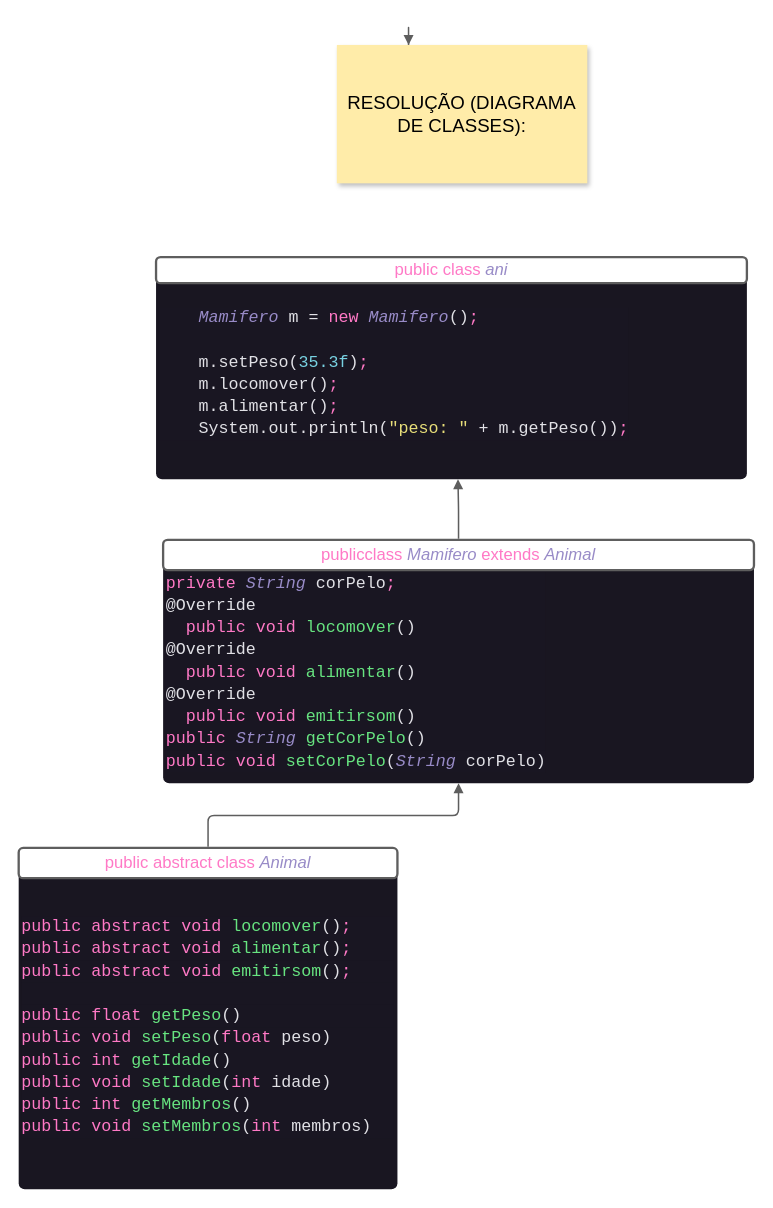
Earlier version of the draw.io diagram ati2/animal/animal.drawio (ARRETdaniel/Pratica-Prova-Java). Source tidied: cells renumbered, new cells numbered last; positions are measured from the earlier drawing's top-left corner, leaving out a move shared by most shapes. Both pictures are drawn from the tidied source at 101%, with x=0, y=0 at pixel (18, 24).
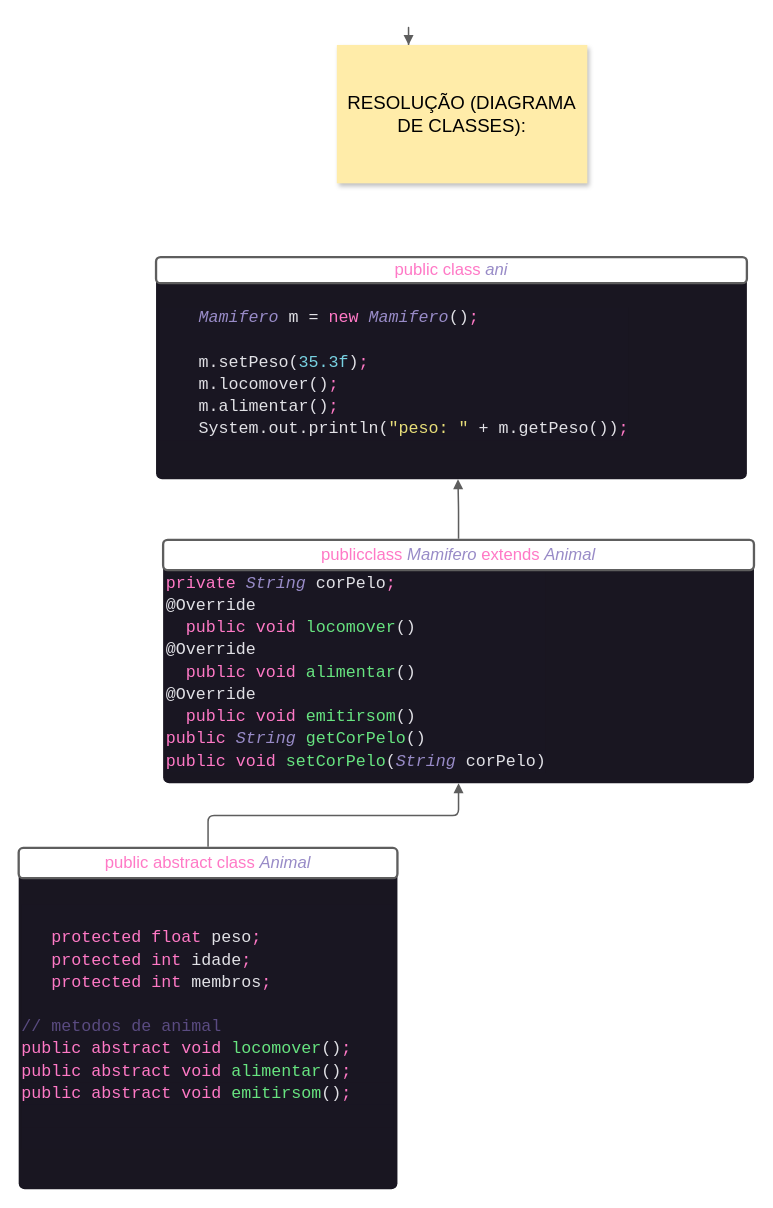
The same diagram, later.

Change to the diagram source:
```diff
@@
 <mxGraphModel>
   <root>
     <mxCell id="0" />
     <mxCell id="1" parent="0" />
     <mxCell id="2" style="html=1;jettySize=18;whiteSpace=wrap;overflow=block;blockSpacing=1;fontSize=13;strokeColor=#5E5E5E;strokeWidth=1.5;rounded=1;arcSize=12;edgeStyle=orthogonalEdgeStyle;startArrow=none;endArrow=block;endFill=1;exitY=0;exitPerimeter=0;entryY=0;entryPerimeter=0;" parent="1" edge="1" source="14" target="14">
       <mxGeometry relative="1" as="geometry">
         <Array as="points">
           <mxPoint x="386" />
           <mxPoint x="386" />
         </Array>
       </mxGeometry>
     </mxCell>
     <mxCell id="3" style="group;" parent="1" vertex="1">
       <mxGeometry x="143" y="510" width="585" height="241" as="geometry" />
     </mxCell>
     <mxCell id="4" value="&lt;div style=&quot;display: flex ; justify-content: flex-start ; align-items: baseline ; font-size: 0px ; line-height: 1.25 ; margin-top: -2px&quot;&gt;&lt;span&gt;&lt;div style=&quot;color: rgb(225 , 225 , 230) ; background-color: rgb(25 , 22 , 34) ; font-family: &amp;#34;cascadia mono&amp;#34; , &amp;#34;consolas&amp;#34; , &amp;#34;courier new&amp;#34; , monospace ; font-size: 16.5px ; line-height: 22px&quot;&gt;&lt;div style=&quot;font-family: &amp;#34;cascadia mono&amp;#34; , &amp;#34;consolas&amp;#34; , &amp;#34;courier new&amp;#34; , monospace ; line-height: 22px&quot;&gt;&lt;div style=&quot;line-height: 22px&quot;&gt;&lt;div&gt;&lt;div style=&quot;line-height: 22px&quot;&gt;&lt;div&gt;&lt;div style=&quot;line-height: 22px&quot;&gt;&lt;div&gt;&lt;div style=&quot;line-height: 22px&quot;&gt;&lt;span style=&quot;color: #ff79c6&quot;&gt;private&lt;/span&gt; &lt;span style=&quot;color: #988bc7 ; font-style: italic&quot;&gt;String&lt;/span&gt; corPelo&lt;span style=&quot;color: #ff79c6&quot;&gt;;&lt;/span&gt;&lt;/div&gt;&lt;/div&gt;&lt;div&gt;@Override&lt;/div&gt;&lt;div&gt;&amp;nbsp; &lt;span style=&quot;color: #ff79c6&quot;&gt;public&lt;/span&gt; &lt;span style=&quot;color: #ff79c6&quot;&gt;void&lt;/span&gt; &lt;span style=&quot;color: #67e480&quot;&gt;locomover&lt;/span&gt;()&lt;/div&gt;&lt;/div&gt;&lt;/div&gt;&lt;div&gt;@Override&lt;/div&gt;&lt;div&gt;&amp;nbsp; &lt;span style=&quot;color: #ff79c6&quot;&gt;public&lt;/span&gt; &lt;span style=&quot;color: #ff79c6&quot;&gt;void&lt;/span&gt; &lt;span style=&quot;color: #67e480&quot;&gt;alimentar&lt;/span&gt;()&lt;/div&gt;&lt;/div&gt;&lt;/div&gt;&lt;div&gt;@Override&lt;/div&gt;&lt;div&gt;&amp;nbsp; &lt;span style=&quot;color: #ff79c6&quot;&gt;public&lt;/span&gt; &lt;span style=&quot;color: #ff79c6&quot;&gt;void&lt;/span&gt; &lt;span style=&quot;color: #67e480&quot;&gt;emitirsom&lt;/span&gt;()&lt;/div&gt;&lt;/div&gt;&lt;/div&gt;&lt;div style=&quot;font-family: &amp;#34;cascadia mono&amp;#34; , &amp;#34;consolas&amp;#34; , &amp;#34;courier new&amp;#34; , monospace ; line-height: 22px&quot;&gt;&lt;span style=&quot;color: #ff79c6&quot;&gt;public&lt;/span&gt; &lt;span style=&quot;color: #988bc7 ; font-style: italic&quot;&gt;String&lt;/span&gt; &lt;span style=&quot;color: #67e480&quot;&gt;getCorPelo&lt;/span&gt;()&lt;/div&gt;&lt;/div&gt;&lt;div style=&quot;color: rgb(225 , 225 , 230) ; background-color: rgb(25 , 22 , 34) ; font-family: &amp;#34;cascadia mono&amp;#34; , &amp;#34;consolas&amp;#34; , &amp;#34;courier new&amp;#34; , monospace ; font-size: 16.5px ; line-height: 22px&quot;&gt;&lt;span style=&quot;color: #ff79c6&quot;&gt;public&lt;/span&gt; &lt;span style=&quot;color: #ff79c6&quot;&gt;void&lt;/span&gt; &lt;span style=&quot;color: #67e480&quot;&gt;setCorPelo&lt;/span&gt;(&lt;span style=&quot;color: #988bc7 ; font-style: italic&quot;&gt;String&lt;/span&gt; corPelo)&lt;/div&gt;&lt;/span&gt;&lt;/div&gt;" style="html=1;overflow=block;blockSpacing=1;whiteSpace=wrap;whiteSpace=wrap;fontSize=13;fontFamily=Helvetica;spacing=3.8;verticalAlign=middle;strokeOpacity=0;fillOpacity=100;rounded=1;absoluteArcSize=1;arcSize=12;fillColor=#191621;strokeWidth=1.5;align=left;" parent="3" vertex="1">
       <mxGeometry y="22" width="585" height="219" as="geometry" />
     </mxCell>
     <mxCell id="5" value="&lt;div style=&quot;display: flex ; justify-content: center ; text-align: center ; align-items: baseline ; line-height: 1.25 ; margin-top: -2px&quot;&gt;&lt;span style=&quot;font-size: 16.5px ; color: rgb(255 , 121 , 198)&quot;&gt;public&lt;/span&gt;&lt;span style=&quot;font-size: 16.5px ; color: rgb(225 , 225 , 230)&quot;&gt; &lt;/span&gt;&lt;span style=&quot;font-size: 16.5px ; color: rgb(255 , 121 , 198)&quot;&gt;class&lt;/span&gt;&lt;span style=&quot;font-size: 16.5px ; color: rgb(225 , 225 , 230)&quot;&gt;&amp;nbsp;&lt;/span&gt;&lt;span&gt;&lt;span style=&quot;font-size: 16.5px&quot;&gt;&lt;i style=&quot;color: rgb(152 , 139 , 199)&quot;&gt;Mamifero &lt;/i&gt;&lt;font color=&quot;#ff79c6&quot;&gt;extends&amp;nbsp;&lt;/font&gt;&lt;/span&gt;&lt;i style=&quot;font-size: 16.5px ; color: rgb(152 , 139 , 199)&quot;&gt;Animal&lt;/i&gt;&lt;/span&gt;&lt;/div&gt;" style="html=1;overflow=block;blockSpacing=1;whiteSpace=wrap;whiteSpace=wrap;fontSize=13;spacing=3.8;strokeColor=#5e5e5e;strokeOpacity=100;rounded=1;absoluteArcSize=1;arcSize=9;strokeWidth=2.3;" parent="3" vertex="1">
       <mxGeometry width="585" height="30" as="geometry" />
     </mxCell>
     <mxCell id="6" style="group;" parent="1" vertex="1">
       <mxGeometry x="136" y="230" width="585" height="220" as="geometry" />
     </mxCell>
     <mxCell id="7" value="&lt;div style=&quot;display: flex ; justify-content: flex-start ; align-items: baseline ; font-size: 0px ; line-height: 1.25 ; margin-top: -2px&quot;&gt;&lt;span&gt;&lt;div style=&quot;color: rgb(225 , 225 , 230) ; background-color: rgb(25 , 22 , 34) ; font-family: &amp;#34;cascadia mono&amp;#34; , &amp;#34;consolas&amp;#34; , &amp;#34;courier new&amp;#34; , monospace ; font-size: 16.5px ; line-height: 22px&quot;&gt;&lt;div&gt;&amp;nbsp; &amp;nbsp; &lt;span style=&quot;color: #988bc7 ; font-style: italic&quot;&gt;Mamifero&lt;/span&gt; m = &lt;span style=&quot;color: #ff79c6&quot;&gt;new&lt;/span&gt; &lt;span style=&quot;color: #988bc7 ; font-style: italic&quot;&gt;Mamifero&lt;/span&gt;()&lt;span style=&quot;color: #ff79c6&quot;&gt;;&lt;/span&gt;&lt;/div&gt;&lt;br&gt;&lt;div&gt;&amp;nbsp; &amp;nbsp; m.setPeso(&lt;span style=&quot;color: #78d1e1&quot;&gt;35.3f&lt;/span&gt;)&lt;span style=&quot;color: #ff79c6&quot;&gt;;&lt;/span&gt;&lt;/div&gt;&lt;div&gt;&amp;nbsp; &amp;nbsp; m.locomover()&lt;span style=&quot;color: #ff79c6&quot;&gt;;&lt;/span&gt;&lt;/div&gt;&lt;div&gt;&amp;nbsp; &amp;nbsp; m.alimentar()&lt;span style=&quot;color: #ff79c6&quot;&gt;;&lt;/span&gt;&lt;/div&gt;&lt;div&gt;&amp;nbsp; &amp;nbsp; System.out.println(&lt;span style=&quot;color: #e7de79&quot;&gt;&quot;peso: &quot;&lt;/span&gt; + m.getPeso())&lt;span style=&quot;color: #ff79c6&quot;&gt;;&lt;/span&gt;&lt;/div&gt;&lt;/div&gt;&lt;/span&gt;&lt;/div&gt;" style="html=1;overflow=block;blockSpacing=1;whiteSpace=wrap;whiteSpace=wrap;fontSize=13;fontFamily=Helvetica;spacing=3.8;verticalAlign=middle;strokeOpacity=0;fillOpacity=100;rounded=1;absoluteArcSize=1;arcSize=12;fillColor=#191621;strokeWidth=1.5;align=left;" parent="6" vertex="1">
       <mxGeometry y="12.9" width="585" height="207.1" as="geometry" />
     </mxCell>
     <mxCell id="8" value="&lt;div style=&quot;display: flex ; justify-content: center ; text-align: center ; align-items: baseline ; font-size: 0 ; line-height: 1.25 ; margin-top: -2px&quot;&gt;&lt;span&gt;&lt;span style=&quot;font-size: 16.5px ; color: #ff79c6&quot;&gt;public&lt;/span&gt;&lt;span style=&quot;font-size: 16.5px ; color: #e1e1e6&quot;&gt; &lt;/span&gt;&lt;span style=&quot;font-size: 16.5px ; color: #ff79c6&quot;&gt;class&lt;/span&gt;&lt;span style=&quot;font-size: 16.5px ; color: #e1e1e6&quot;&gt;&amp;nbsp;&lt;/span&gt;&lt;span style=&quot;font-size: 16.5px&quot;&gt;&lt;font color=&quot;#988bc7&quot;&gt;&lt;i&gt;ani&lt;/i&gt;&lt;/font&gt;&lt;/span&gt;&lt;/span&gt;&lt;/div&gt;" style="html=1;overflow=block;blockSpacing=1;whiteSpace=wrap;whiteSpace=wrap;fontSize=13;spacing=3.8;strokeColor=#5e5e5e;strokeOpacity=100;rounded=1;absoluteArcSize=1;arcSize=9;strokeWidth=2.3;" parent="6" vertex="1">
       <mxGeometry width="585" height="25.9" as="geometry" />
     </mxCell>
     <mxCell id="9" style="group;" parent="1" vertex="1">
       <mxGeometry y="815" width="375" height="338" as="geometry" />
     </mxCell>
-    <mxCell id="10" value="&lt;div style=&quot;color: rgb(225 , 225 , 230) ; background-color: rgb(25 , 22 , 34) ; font-family: &amp;#34;cascadia mono&amp;#34; , &amp;#34;consolas&amp;#34; , &amp;#34;courier new&amp;#34; , monospace ; font-size: 16.5px ; line-height: 22px&quot;&gt;&lt;div style=&quot;line-height: 22px&quot;&gt;&lt;div style=&quot;line-height: 22px&quot;&gt;&lt;span style=&quot;color: #ff79c6&quot;&gt;public&lt;/span&gt; &lt;span style=&quot;color: #ff79c6&quot;&gt;abstract&lt;/span&gt; &lt;span style=&quot;color: #ff79c6&quot;&gt;void&lt;/span&gt; &lt;span style=&quot;color: #67e480&quot;&gt;locomover&lt;/span&gt;()&lt;span style=&quot;color: #ff79c6&quot;&gt;;&lt;/span&gt;&lt;/div&gt;&lt;/div&gt;&lt;div style=&quot;line-height: 22px&quot;&gt;&lt;span style=&quot;color: #ff79c6&quot;&gt;public&lt;/span&gt; &lt;span style=&quot;color: #ff79c6&quot;&gt;abstract&lt;/span&gt; &lt;span style=&quot;color: #ff79c6&quot;&gt;void&lt;/span&gt; &lt;span style=&quot;color: #67e480&quot;&gt;alimentar&lt;/span&gt;()&lt;span style=&quot;color: #ff79c6&quot;&gt;;&lt;/span&gt;&lt;/div&gt;&lt;/div&gt;&lt;div style=&quot;color: rgb(225 , 225 , 230) ; background-color: rgb(25 , 22 , 34) ; font-family: &amp;#34;cascadia mono&amp;#34; , &amp;#34;consolas&amp;#34; , &amp;#34;courier new&amp;#34; , monospace ; font-size: 16.5px ; line-height: 22px&quot;&gt;&lt;span style=&quot;color: #ff79c6&quot;&gt;public&lt;/span&gt; &lt;span style=&quot;color: #ff79c6&quot;&gt;abstract&lt;/span&gt; &lt;span style=&quot;color: #ff79c6&quot;&gt;void&lt;/span&gt; &lt;span style=&quot;color: #67e480&quot;&gt;emitirsom&lt;/span&gt;()&lt;span style=&quot;color: #ff79c6&quot;&gt;;&lt;/span&gt;&lt;/div&gt;&lt;div style=&quot;color: rgb(225 , 225 , 230) ; background-color: rgb(25 , 22 , 34) ; font-family: &amp;#34;cascadia mono&amp;#34; , &amp;#34;consolas&amp;#34; , &amp;#34;courier new&amp;#34; , monospace ; font-size: 16.5px ; line-height: 22px&quot;&gt;&lt;span style=&quot;color: rgb(255 , 121 , 198)&quot;&gt;&lt;br&gt;&lt;/span&gt;&lt;/div&gt;&lt;div style=&quot;color: rgb(225 , 225 , 230) ; background-color: rgb(25 , 22 , 34) ; font-family: &amp;#34;cascadia mono&amp;#34; , &amp;#34;consolas&amp;#34; , &amp;#34;courier new&amp;#34; , monospace ; font-size: 16.5px ; line-height: 22px&quot;&gt;&lt;span style=&quot;color: rgb(255 , 121 , 198)&quot;&gt;public&lt;/span&gt; &lt;span style=&quot;color: rgb(255 , 121 , 198)&quot;&gt;float&lt;/span&gt; &lt;span style=&quot;color: rgb(103 , 228 , 128)&quot;&gt;getPeso&lt;/span&gt;()&lt;br&gt;&lt;/div&gt;&lt;div style=&quot;color: rgb(225 , 225 , 230) ; background-color: rgb(25 , 22 , 34) ; font-family: &amp;#34;cascadia mono&amp;#34; , &amp;#34;consolas&amp;#34; , &amp;#34;courier new&amp;#34; , monospace ; font-size: 16.5px ; line-height: 22px&quot;&gt;&lt;div style=&quot;line-height: 22px&quot;&gt;&lt;div style=&quot;line-height: 22px&quot;&gt;&lt;span style=&quot;color: #ff79c6&quot;&gt;public&lt;/span&gt; &lt;span style=&quot;color: #ff79c6&quot;&gt;void&lt;/span&gt; &lt;span style=&quot;color: #67e480&quot;&gt;setPeso&lt;/span&gt;(&lt;span style=&quot;color: #ff79c6&quot;&gt;float&lt;/span&gt; peso)&lt;/div&gt;&lt;div style=&quot;line-height: 22px&quot;&gt;&lt;div style=&quot;line-height: 22px&quot;&gt;&lt;span style=&quot;color: #ff79c6&quot;&gt;public&lt;/span&gt; &lt;span style=&quot;color: #ff79c6&quot;&gt;int&lt;/span&gt; &lt;span style=&quot;color: #67e480&quot;&gt;getIdade&lt;/span&gt;()&lt;/div&gt;&lt;div style=&quot;line-height: 22px&quot;&gt;&lt;div style=&quot;font-family: &amp;#34;cascadia mono&amp;#34; , &amp;#34;consolas&amp;#34; , &amp;#34;courier new&amp;#34; , monospace ; line-height: 22px&quot;&gt;&lt;span style=&quot;color: #ff79c6&quot;&gt;public&lt;/span&gt; &lt;span style=&quot;color: #ff79c6&quot;&gt;void&lt;/span&gt; &lt;span style=&quot;color: #67e480&quot;&gt;setIdade&lt;/span&gt;(&lt;span style=&quot;color: #ff79c6&quot;&gt;int&lt;/span&gt; idade)&lt;/div&gt;&lt;div style=&quot;font-family: &amp;#34;cascadia mono&amp;#34; , &amp;#34;consolas&amp;#34; , &amp;#34;courier new&amp;#34; , monospace ; line-height: 22px&quot;&gt;&lt;div style=&quot;line-height: 22px&quot;&gt;&lt;span style=&quot;color: #ff79c6&quot;&gt;public&lt;/span&gt; &lt;span style=&quot;color: #ff79c6&quot;&gt;int&lt;/span&gt; &lt;span style=&quot;color: #67e480&quot;&gt;getMembros&lt;/span&gt;()&lt;/div&gt;&lt;div style=&quot;line-height: 22px&quot;&gt;&lt;div style=&quot;line-height: 22px&quot;&gt;&lt;span style=&quot;color: #ff79c6&quot;&gt;public&lt;/span&gt; &lt;span style=&quot;color: #ff79c6&quot;&gt;void&lt;/span&gt; &lt;span style=&quot;color: #67e480&quot;&gt;setMembros&lt;/span&gt;(&lt;span style=&quot;color: #ff79c6&quot;&gt;int&lt;/span&gt; membros)&lt;/div&gt;&lt;/div&gt;&lt;/div&gt;&lt;/div&gt;&lt;/div&gt;&lt;/div&gt;&lt;/div&gt;" style="html=1;overflow=block;blockSpacing=1;whiteSpace=wrap;whiteSpace=wrap;fontSize=13;fontFamily=Helvetica;spacing=3.8;verticalAlign=middle;strokeOpacity=0;fillOpacity=100;rounded=1;absoluteArcSize=1;arcSize=12;fillColor=#191621;strokeWidth=1.5;align=left;" parent="9" vertex="1">
+    <mxCell id="10" value="&lt;div style=&quot;color: rgb(225 , 225 , 230) ; background-color: rgb(25 , 22 , 34) ; font-family: &amp;#34;cascadia mono&amp;#34; , &amp;#34;consolas&amp;#34; , &amp;#34;courier new&amp;#34; , monospace ; font-size: 16.5px ; line-height: 22px&quot;&gt;&lt;div style=&quot;line-height: 22px&quot;&gt;&lt;div style=&quot;line-height: 22px&quot;&gt;&lt;span style=&quot;color: #ff79c6&quot;&gt;&lt;span&gt; &lt;/span&gt;&lt;br&gt;&lt;/span&gt;&lt;/div&gt;&lt;div style=&quot;font-family: &amp;#34;cascadia mono&amp;#34; , &amp;#34;consolas&amp;#34; , &amp;#34;courier new&amp;#34; , monospace ; line-height: 22px&quot;&gt;&lt;div&gt;&amp;nbsp; &amp;nbsp;&lt;span style=&quot;color: #ff79c6&quot;&gt;protected&lt;/span&gt; &lt;span style=&quot;color: #ff79c6&quot;&gt;float&lt;/span&gt; peso&lt;span style=&quot;color: #ff79c6&quot;&gt;;&lt;/span&gt;&lt;/div&gt;&lt;div&gt;&amp;nbsp; &amp;nbsp;&lt;span style=&quot;color: #ff79c6&quot;&gt;protected&lt;/span&gt; &lt;span style=&quot;color: #ff79c6&quot;&gt;int&lt;/span&gt; idade&lt;span style=&quot;color: #ff79c6&quot;&gt;;&lt;/span&gt;&lt;/div&gt;&lt;/div&gt;&lt;div style=&quot;line-height: 22px&quot;&gt;&lt;span style=&quot;font-family: &amp;#34;cascadia mono&amp;#34; , &amp;#34;consolas&amp;#34; , &amp;#34;courier new&amp;#34; , monospace&quot;&gt;&amp;nbsp; &amp;nbsp;&lt;/span&gt;&lt;span style=&quot;font-family: &amp;#34;cascadia mono&amp;#34; , &amp;#34;consolas&amp;#34; , &amp;#34;courier new&amp;#34; , monospace ; color: rgb(255 , 121 , 198)&quot;&gt;protected&lt;/span&gt;&lt;span style=&quot;font-family: &amp;#34;cascadia mono&amp;#34; , &amp;#34;consolas&amp;#34; , &amp;#34;courier new&amp;#34; , monospace&quot;&gt; &lt;/span&gt;&lt;span style=&quot;font-family: &amp;#34;cascadia mono&amp;#34; , &amp;#34;consolas&amp;#34; , &amp;#34;courier new&amp;#34; , monospace ; color: rgb(255 , 121 , 198)&quot;&gt;int&lt;/span&gt;&lt;span style=&quot;font-family: &amp;#34;cascadia mono&amp;#34; , &amp;#34;consolas&amp;#34; , &amp;#34;courier new&amp;#34; , monospace&quot;&gt; membros&lt;/span&gt;&lt;span style=&quot;font-family: &amp;#34;cascadia mono&amp;#34; , &amp;#34;consolas&amp;#34; , &amp;#34;courier new&amp;#34; , monospace ; color: rgb(255 , 121 , 198)&quot;&gt;;&lt;/span&gt;&lt;/div&gt;&lt;div style=&quot;line-height: 22px&quot;&gt;&lt;span style=&quot;font-family: &amp;#34;cascadia mono&amp;#34; , &amp;#34;consolas&amp;#34; , &amp;#34;courier new&amp;#34; , monospace ; color: rgb(255 , 121 , 198)&quot;&gt;&lt;br&gt;&lt;/span&gt;&lt;/div&gt;&lt;div style=&quot;line-height: 22px&quot;&gt;&lt;div style=&quot;font-family: &amp;#34;cascadia mono&amp;#34; , &amp;#34;consolas&amp;#34; , &amp;#34;courier new&amp;#34; , monospace ; line-height: 22px&quot;&gt;&lt;span style=&quot;color: #5a4b81&quot;&gt;// metodos de animal&lt;/span&gt;&lt;/div&gt;&lt;/div&gt;&lt;div style=&quot;line-height: 22px&quot;&gt;&lt;span style=&quot;color: #ff79c6&quot;&gt;public&lt;/span&gt; &lt;span style=&quot;color: #ff79c6&quot;&gt;abstract&lt;/span&gt; &lt;span style=&quot;color: #ff79c6&quot;&gt;void&lt;/span&gt; &lt;span style=&quot;color: #67e480&quot;&gt;locomover&lt;/span&gt;()&lt;span style=&quot;color: #ff79c6&quot;&gt;;&lt;/span&gt;&lt;/div&gt;&lt;/div&gt;&lt;div style=&quot;line-height: 22px&quot;&gt;&lt;span style=&quot;color: #ff79c6&quot;&gt;public&lt;/span&gt; &lt;span style=&quot;color: #ff79c6&quot;&gt;abstract&lt;/span&gt; &lt;span style=&quot;color: #ff79c6&quot;&gt;void&lt;/span&gt; &lt;span style=&quot;color: #67e480&quot;&gt;alimentar&lt;/span&gt;()&lt;span style=&quot;color: #ff79c6&quot;&gt;;&lt;/span&gt;&lt;/div&gt;&lt;/div&gt;&lt;div style=&quot;color: rgb(225 , 225 , 230) ; background-color: rgb(25 , 22 , 34) ; font-family: &amp;#34;cascadia mono&amp;#34; , &amp;#34;consolas&amp;#34; , &amp;#34;courier new&amp;#34; , monospace ; font-size: 16.5px ; line-height: 22px&quot;&gt;&lt;span style=&quot;color: #ff79c6&quot;&gt;public&lt;/span&gt; &lt;span style=&quot;color: #ff79c6&quot;&gt;abstract&lt;/span&gt; &lt;span style=&quot;color: #ff79c6&quot;&gt;void&lt;/span&gt; &lt;span style=&quot;color: #67e480&quot;&gt;emitirsom&lt;/span&gt;()&lt;span style=&quot;color: #ff79c6&quot;&gt;;&lt;/span&gt;&lt;/div&gt;&lt;div style=&quot;color: rgb(225 , 225 , 230) ; background-color: rgb(25 , 22 , 34) ; font-family: &amp;#34;cascadia mono&amp;#34; , &amp;#34;consolas&amp;#34; , &amp;#34;courier new&amp;#34; , monospace ; font-size: 16.5px ; line-height: 22px&quot;&gt;&lt;span style=&quot;color: rgb(255 , 121 , 198)&quot;&gt;&lt;br&gt;&lt;/span&gt;&lt;/div&gt;&lt;div style=&quot;color: rgb(225 , 225 , 230) ; background-color: rgb(25 , 22 , 34) ; font-family: &amp;#34;cascadia mono&amp;#34; , &amp;#34;consolas&amp;#34; , &amp;#34;courier new&amp;#34; , monospace ; font-size: 16.5px ; line-height: 22px&quot;&gt;&lt;br&gt;&lt;/div&gt;" style="html=1;overflow=block;blockSpacing=1;whiteSpace=wrap;whiteSpace=wrap;fontSize=13;fontFamily=Helvetica;spacing=3.8;verticalAlign=middle;strokeOpacity=0;fillOpacity=100;rounded=1;absoluteArcSize=1;arcSize=12;fillColor=#191621;strokeWidth=1.5;align=left;" parent="9" vertex="1">
       <mxGeometry y="15" width="375" height="323" as="geometry" />
     </mxCell>
     <mxCell id="11" value="&lt;div style=&quot;display: flex ; justify-content: center ; text-align: center ; align-items: baseline ; line-height: 1.25 ; margin-top: -2px&quot;&gt;&lt;span style=&quot;font-size: 16.5px ; color: rgb(255 , 121 , 198)&quot;&gt;public&amp;nbsp;&lt;/span&gt;&lt;span&gt;&lt;font color=&quot;#ff79c6&quot;&gt;&lt;span style=&quot;font-size: 16.5px&quot;&gt;abstract&amp;nbsp;&lt;/span&gt;&lt;/font&gt;&lt;span style=&quot;color: rgb(255 , 121 , 198) ; font-size: 16.5px&quot;&gt;class&lt;/span&gt;&lt;/span&gt;&lt;span style=&quot;font-size: 16.5px ; color: rgb(225 , 225 , 230)&quot;&gt; &lt;/span&gt;&lt;span style=&quot;font-size: 16.5px ; color: rgb(152 , 139 , 199) ; font-style: italic&quot;&gt;&amp;nbsp;Animal&lt;/span&gt;&lt;/div&gt;" style="html=1;overflow=block;blockSpacing=1;whiteSpace=wrap;whiteSpace=wrap;fontSize=13;spacing=3.8;strokeColor=#5e5e5e;strokeOpacity=100;rounded=1;absoluteArcSize=1;arcSize=9;strokeWidth=2.3;" parent="9" vertex="1">
       <mxGeometry width="375" height="30" as="geometry" />
     </mxCell>
     <mxCell id="12" style="html=1;jettySize=18;whiteSpace=wrap;overflow=block;blockSpacing=1;fontSize=13;strokeColor=#5E5E5E;strokeWidth=1.5;rounded=1;arcSize=12;edgeStyle=orthogonalEdgeStyle;startArrow=none;endArrow=block;endFill=1;exitX=0.5;exitY=-0.037;exitPerimeter=0;entryX=0.5;entryY=1;entryPerimeter=0;" parent="1" edge="1" source="11" target="4">
       <mxGeometry relative="1" as="geometry" />
     </mxCell>
     <mxCell id="13" style="html=1;jettySize=18;whiteSpace=wrap;overflow=block;blockSpacing=1;fontSize=13;strokeColor=#5E5E5E;strokeWidth=1.5;rounded=1;arcSize=12;edgeStyle=orthogonalEdgeStyle;startArrow=none;endArrow=block;endFill=1;exitX=0.5;exitY=-0.038;exitPerimeter=0;entryX=0.511;entryY=1;entryPerimeter=0;" parent="1" edge="1" source="5" target="7">
       <mxGeometry relative="1" as="geometry" />
     </mxCell>
     <mxCell id="14" value="RESOLUÇÃO (DIAGRAMA DE CLASSES):" style="html=1;overflow=block;blockSpacing=1;whiteSpace=wrap;shadow=1;whiteSpace=wrap;fontSize=18.5;spacing=3.8;strokeColor=none;fillColor=#FFECA9;strokeWidth=0;" parent="1" vertex="1">
       <mxGeometry x="315" y="20" width="248" height="137" as="geometry" />
     </mxCell>
   </root>
 </mxGraphModel>
```
